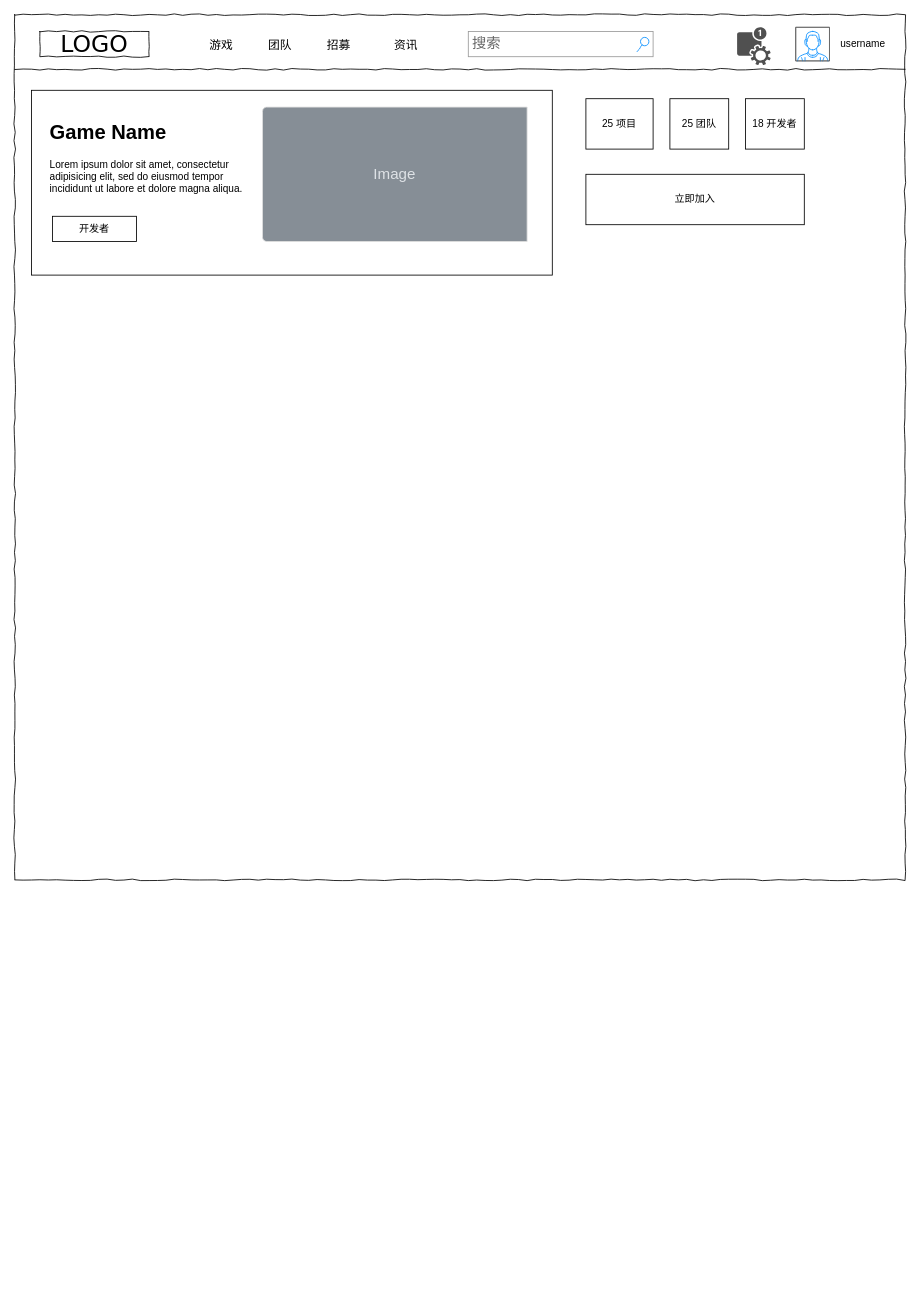
Before: page "Home page" (3 of 5) of gamer.drawio in goldmine/base, a draw.io diagram. Source tidied: cells renumbered, new cells numbered last; positions are measured from the earlier drawing's top-left corner, leaving out a move shared by most shapes. Both pictures are drawn from the tidied source at 84%, with x=0, y=0 at pixel (14, 14).
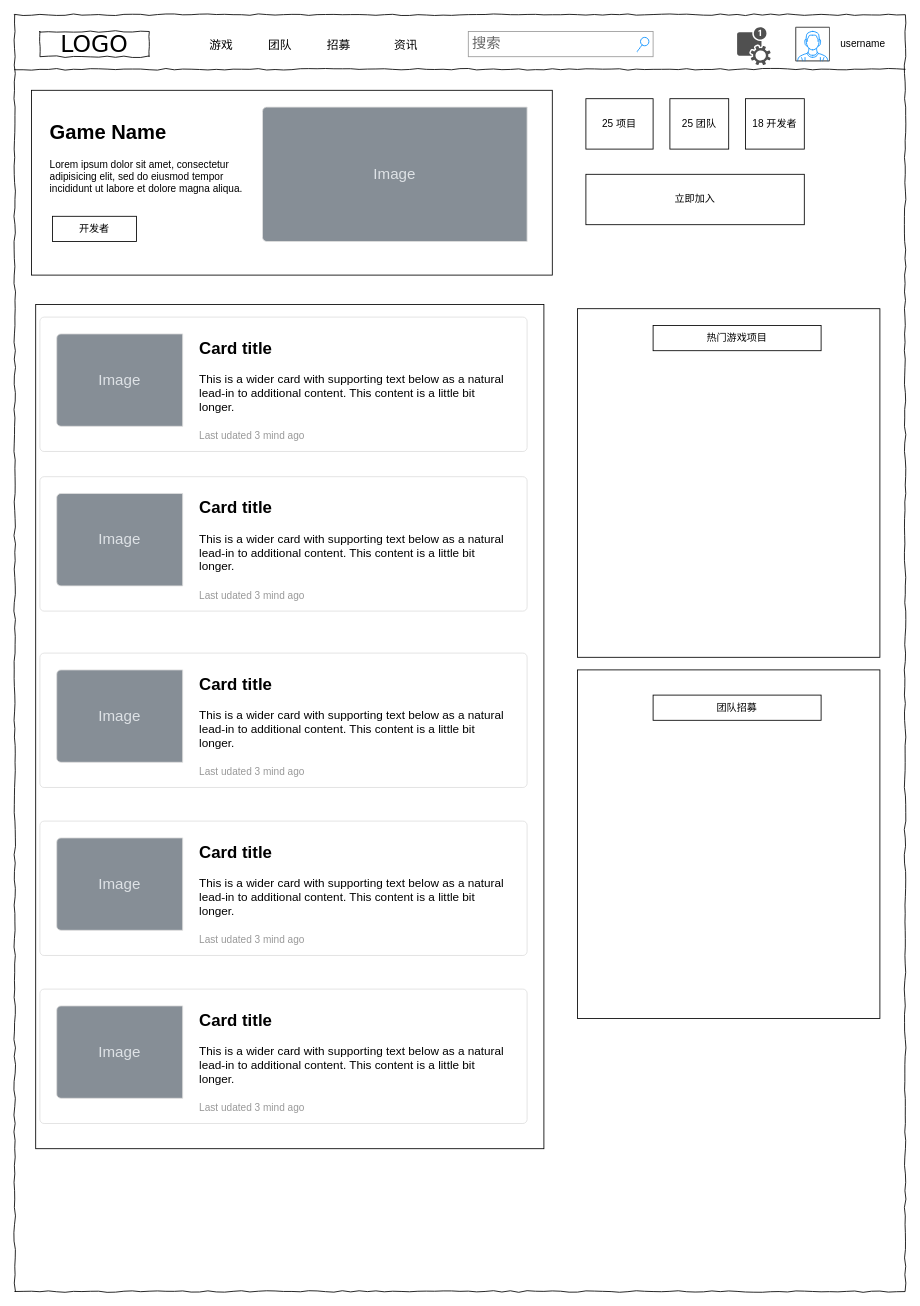
Above is the later version.

The edit, as a diff of the source:
```diff
@@
     <mxCell id="2" style="whiteSpace=wrap;html=1;rounded=0;shadow=0;labelBackgroundColor=none;strokeColor=#000000;strokeWidth=1;fillColor=none;fontFamily=Verdana;fontSize=12;fontColor=#000000;align=center;comic=1;" parent="1" vertex="1">
-      <mxGeometry width="1060" height="1030" as="geometry" />
+      <mxGeometry width="1060" height="1520" as="geometry" />
     </mxCell>
@@
+    <mxCell id="21" style="rounded=0;whiteSpace=wrap;html=1;" parent="1" vertex="1">
+      <mxGeometry x="25" y="345" width="605" height="1005" as="geometry" />
+    </mxCell>
+    <mxCell id="22" style="rounded=0;whiteSpace=wrap;html=1;" parent="1" vertex="1">
+      <mxGeometry x="670" y="350" width="360" height="415" as="geometry" />
+    </mxCell>
+    <mxCell id="23" value="&lt;b&gt;&lt;font style=&quot;font-size: 20px&quot;&gt;Card title&lt;/font&gt;&lt;/b&gt;&lt;br&gt;&lt;br&gt;This is a wider card with supporting text below as a natural lead-in to additional content. This content is a little bit longer.&lt;br&gt;&lt;br&gt;&lt;font style=&quot;font-size: 12px&quot; color=&quot;#999999&quot;&gt;Last udated 3 mind ago&lt;/font&gt;" style="html=1;shadow=0;dashed=0;shape=mxgraph.bootstrap.rrect;rSize=5;strokeColor=#DFDFDF;html=1;whiteSpace=wrap;fillColor=#ffffff;fontColor=#000000;verticalAlign=top;align=left;spacing=20;fontSize=14;spacingLeft=170;" parent="1" vertex="1">
+      <mxGeometry x="30" y="360" width="580" height="160" as="geometry" />
+    </mxCell>
+    <mxCell id="24" value="Image" style="html=1;shadow=0;dashed=0;shape=mxgraph.bootstrap.leftButton;rSize=5;perimeter=none;whiteSpace=wrap;fillColor=#868E96;strokeColor=#DFDFDF;fontColor=#DEE2E6;fontSize=18;" parent="23" vertex="1">
+      <mxGeometry width="150" height="110" relative="1" as="geometry">
+        <mxPoint x="20" y="20" as="offset" />
+      </mxGeometry>
+    </mxCell>
+    <mxCell id="25" value="&lt;b&gt;&lt;font style=&quot;font-size: 20px&quot;&gt;Card title&lt;/font&gt;&lt;/b&gt;&lt;br&gt;&lt;br&gt;This is a wider card with supporting text below as a natural lead-in to additional content. This content is a little bit longer.&lt;br&gt;&lt;br&gt;&lt;font style=&quot;font-size: 12px&quot; color=&quot;#999999&quot;&gt;Last udated 3 mind ago&lt;/font&gt;" style="html=1;shadow=0;dashed=0;shape=mxgraph.bootstrap.rrect;rSize=5;strokeColor=#DFDFDF;html=1;whiteSpace=wrap;fillColor=#ffffff;fontColor=#000000;verticalAlign=top;align=left;spacing=20;fontSize=14;spacingLeft=170;" parent="1" vertex="1">
+      <mxGeometry x="30" y="550" width="580" height="160" as="geometry" />
+    </mxCell>
+    <mxCell id="26" value="Image" style="html=1;shadow=0;dashed=0;shape=mxgraph.bootstrap.leftButton;rSize=5;perimeter=none;whiteSpace=wrap;fillColor=#868E96;strokeColor=#DFDFDF;fontColor=#DEE2E6;fontSize=18;" parent="25" vertex="1">
+      <mxGeometry width="150" height="110" relative="1" as="geometry">
+        <mxPoint x="20" y="20" as="offset" />
+      </mxGeometry>
+    </mxCell>
+    <mxCell id="27" value="&lt;b&gt;&lt;font style=&quot;font-size: 20px&quot;&gt;Card title&lt;/font&gt;&lt;/b&gt;&lt;br&gt;&lt;br&gt;This is a wider card with supporting text below as a natural lead-in to additional content. This content is a little bit longer.&lt;br&gt;&lt;br&gt;&lt;font style=&quot;font-size: 12px&quot; color=&quot;#999999&quot;&gt;Last udated 3 mind ago&lt;/font&gt;" style="html=1;shadow=0;dashed=0;shape=mxgraph.bootstrap.rrect;rSize=5;strokeColor=#DFDFDF;html=1;whiteSpace=wrap;fillColor=#ffffff;fontColor=#000000;verticalAlign=top;align=left;spacing=20;fontSize=14;spacingLeft=170;" parent="1" vertex="1">
+      <mxGeometry x="30" y="760" width="580" height="160" as="geometry" />
+    </mxCell>
+    <mxCell id="28" value="Image" style="html=1;shadow=0;dashed=0;shape=mxgraph.bootstrap.leftButton;rSize=5;perimeter=none;whiteSpace=wrap;fillColor=#868E96;strokeColor=#DFDFDF;fontColor=#DEE2E6;fontSize=18;" parent="27" vertex="1">
+      <mxGeometry width="150" height="110" relative="1" as="geometry">
+        <mxPoint x="20" y="20" as="offset" />
+      </mxGeometry>
+    </mxCell>
+    <mxCell id="29" value="&lt;b&gt;&lt;font style=&quot;font-size: 20px&quot;&gt;Card title&lt;/font&gt;&lt;/b&gt;&lt;br&gt;&lt;br&gt;This is a wider card with supporting text below as a natural lead-in to additional content. This content is a little bit longer.&lt;br&gt;&lt;br&gt;&lt;font style=&quot;font-size: 12px&quot; color=&quot;#999999&quot;&gt;Last udated 3 mind ago&lt;/font&gt;" style="html=1;shadow=0;dashed=0;shape=mxgraph.bootstrap.rrect;rSize=5;strokeColor=#DFDFDF;html=1;whiteSpace=wrap;fillColor=#ffffff;fontColor=#000000;verticalAlign=top;align=left;spacing=20;fontSize=14;spacingLeft=170;" parent="1" vertex="1">
+      <mxGeometry x="30" y="960" width="580" height="160" as="geometry" />
+    </mxCell>
+    <mxCell id="30" value="Image" style="html=1;shadow=0;dashed=0;shape=mxgraph.bootstrap.leftButton;rSize=5;perimeter=none;whiteSpace=wrap;fillColor=#868E96;strokeColor=#DFDFDF;fontColor=#DEE2E6;fontSize=18;" parent="29" vertex="1">
+      <mxGeometry width="150" height="110" relative="1" as="geometry">
+        <mxPoint x="20" y="20" as="offset" />
+      </mxGeometry>
+    </mxCell>
+    <mxCell id="31" value="&lt;b&gt;&lt;font style=&quot;font-size: 20px&quot;&gt;Card title&lt;/font&gt;&lt;/b&gt;&lt;br&gt;&lt;br&gt;This is a wider card with supporting text below as a natural lead-in to additional content. This content is a little bit longer.&lt;br&gt;&lt;br&gt;&lt;font style=&quot;font-size: 12px&quot; color=&quot;#999999&quot;&gt;Last udated 3 mind ago&lt;/font&gt;" style="html=1;shadow=0;dashed=0;shape=mxgraph.bootstrap.rrect;rSize=5;strokeColor=#DFDFDF;html=1;whiteSpace=wrap;fillColor=#ffffff;fontColor=#000000;verticalAlign=top;align=left;spacing=20;fontSize=14;spacingLeft=170;" parent="1" vertex="1">
+      <mxGeometry x="30" y="1160" width="580" height="160" as="geometry" />
+    </mxCell>
+    <mxCell id="32" value="Image" style="html=1;shadow=0;dashed=0;shape=mxgraph.bootstrap.leftButton;rSize=5;perimeter=none;whiteSpace=wrap;fillColor=#868E96;strokeColor=#DFDFDF;fontColor=#DEE2E6;fontSize=18;" parent="31" vertex="1">
+      <mxGeometry width="150" height="110" relative="1" as="geometry">
+        <mxPoint x="20" y="20" as="offset" />
+      </mxGeometry>
+    </mxCell>
+    <mxCell id="33" style="rounded=0;whiteSpace=wrap;html=1;" parent="1" vertex="1">
+      <mxGeometry x="670" y="780" width="360" height="415" as="geometry" />
+    </mxCell>
+    <mxCell id="34" value="热门游戏项目" style="rounded=0;whiteSpace=wrap;html=1;" parent="1" vertex="1">
+      <mxGeometry x="760" y="370" width="200" height="30" as="geometry" />
+    </mxCell>
+    <mxCell id="35" value="团队招募" style="rounded=0;whiteSpace=wrap;html=1;" parent="1" vertex="1">
+      <mxGeometry x="760" y="810" width="200" height="30" as="geometry" />
+    </mxCell>
```
